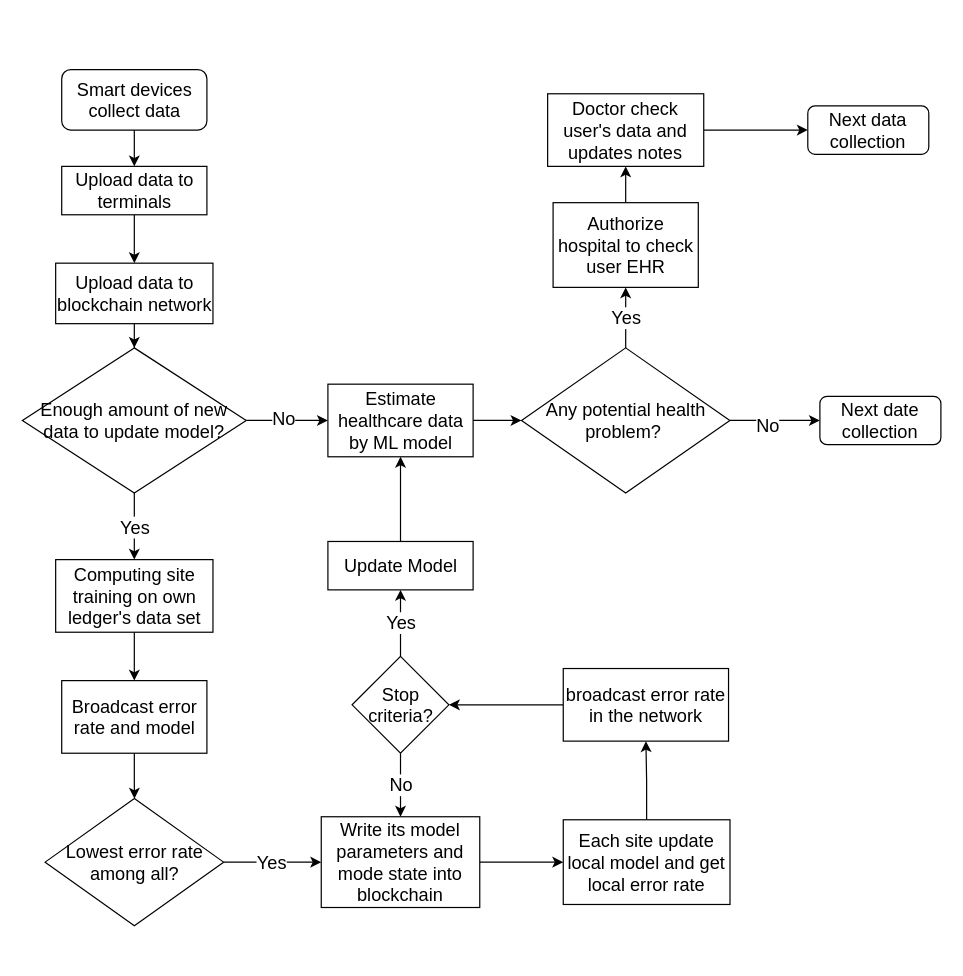
Earlier version of the draw.io diagram PatientDocorComunicationFlowchart.drawio (unnc-fose-20126522/Health-Status-Monitoring-System-based-on-Hyperledger-Fabric-and-ModeChain). Source tidied: cells renumbered, new cells numbered last; positions are measured from the earlier drawing's top-left corner, leaving out a move shared by most shapes. Both pictures are drawn from the tidied source at 121%, with x=0, y=0 at pixel (22, 69).
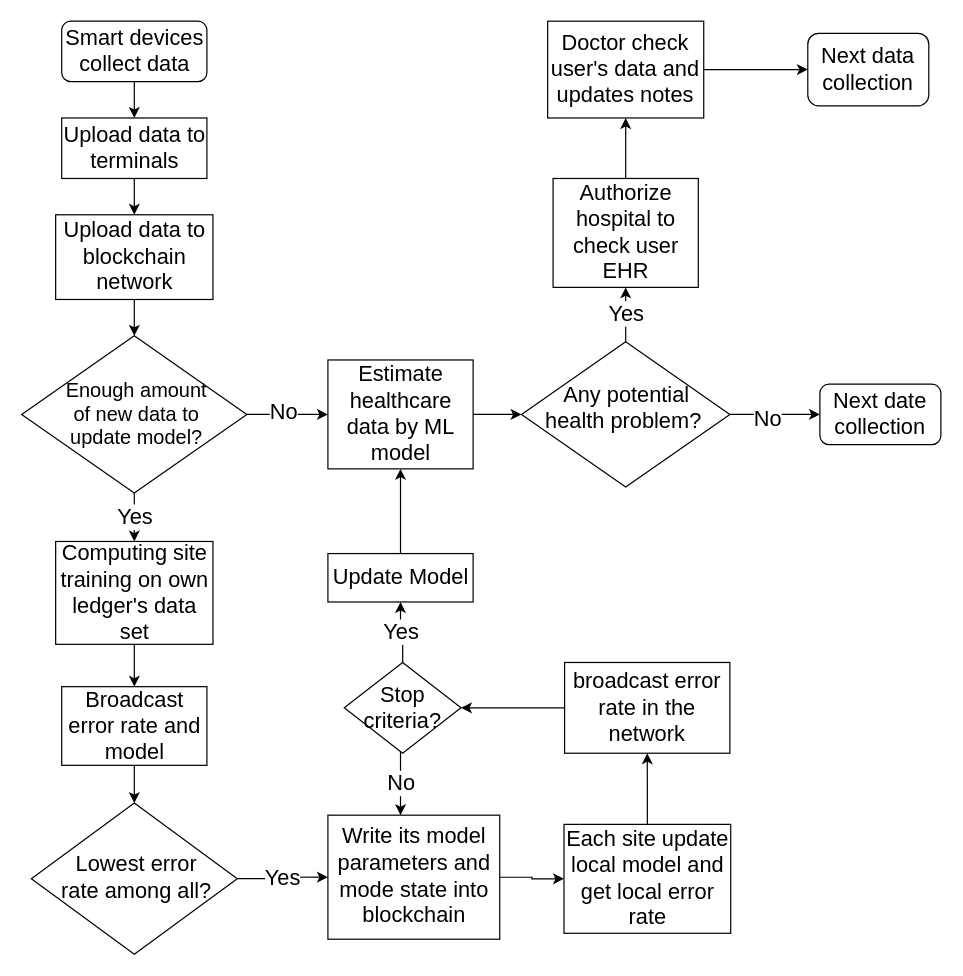
The same page after the edit.

What changed in the source:
```diff
@@
-    <mxCell id="2" style="edgeStyle=orthogonalEdgeStyle;rounded=0;jettySize=auto;html=1;entryX=0.5;entryY=0;entryDx=0;entryDy=0;" parent="1" edge="1" source="3" target="5">
+    <mxCell id="2" style="edgeStyle=orthogonalEdgeStyle;rounded=0;jettySize=auto;html=1;entryX=0.5;entryY=0;entryDx=0;entryDy=0;fontSize=18;" parent="1" edge="1" source="3" target="5">
       <mxGeometry relative="1" as="geometry" />
     </mxCell>
-    <mxCell id="3" value="&lt;font style=&quot;font-size: 15px&quot;&gt;Smart devices collect data&lt;/font&gt;" style="rounded=1;whiteSpace=wrap;html=1;fontSize=12;glass=0;strokeWidth=1;shadow=0;" parent="1" vertex="1">
-      <mxGeometry x="32.5" width="120" height="50" as="geometry" />
+    <mxCell id="3" value="&lt;font style=&quot;font-size: 18px;&quot;&gt;Smart devices collect data&lt;/font&gt;" style="rounded=1;whiteSpace=wrap;html=1;fontSize=18;glass=0;strokeWidth=1;shadow=0;" parent="1" vertex="1">
+      <mxGeometry x="32.5" y="-40" width="120" height="50" as="geometry" />
     </mxCell>
-    <mxCell id="4" style="edgeStyle=orthogonalEdgeStyle;rounded=0;jettySize=auto;html=1;" parent="1" edge="1" source="5" target="7">
+    <mxCell id="4" style="edgeStyle=orthogonalEdgeStyle;rounded=0;jettySize=auto;html=1;fontSize=18;" parent="1" edge="1" source="5" target="7">
       <mxGeometry relative="1" as="geometry" />
     </mxCell>
-    <mxCell id="5" value="&lt;font style=&quot;font-size: 15px&quot;&gt;Upload data to terminals&lt;/font&gt;" style="rounded=0;whiteSpace=wrap;html=1;" parent="1" vertex="1">
-      <mxGeometry x="32.5" y="80" width="120" height="40" as="geometry" />
+    <mxCell id="5" value="&lt;font style=&quot;font-size: 18px;&quot;&gt;Upload data to terminals&lt;/font&gt;" style="rounded=0;whiteSpace=wrap;html=1;fontSize=18;" parent="1" vertex="1">
+      <mxGeometry x="32.5" y="40" width="120" height="50" as="geometry" />
     </mxCell>
-    <mxCell id="6" style="edgeStyle=orthogonalEdgeStyle;rounded=0;jettySize=auto;html=1;fontSize=13;" parent="1" edge="1" source="7" target="38">
+    <mxCell id="6" style="edgeStyle=orthogonalEdgeStyle;rounded=0;jettySize=auto;html=1;fontSize=18;" parent="1" edge="1" source="7" target="38">
       <mxGeometry relative="1" as="geometry" />
     </mxCell>
-    <mxCell id="7" value="&lt;font style=&quot;font-size: 15px&quot;&gt;Upload data to blockchain network&lt;/font&gt;" style="whiteSpace=wrap;html=1;rounded=0;" parent="1" vertex="1">
-      <mxGeometry x="27.5" y="160" width="130" height="50" as="geometry" />
+    <mxCell id="7" value="&lt;font style=&quot;font-size: 18px;&quot;&gt;Upload data to blockchain network&lt;/font&gt;" style="whiteSpace=wrap;html=1;rounded=0;fontSize=18;" parent="1" vertex="1">
+      <mxGeometry x="27.5" y="120" width="130" height="70" as="geometry" />
     </mxCell>
-    <mxCell id="8" value="&lt;font style=&quot;font-size: 15px&quot;&gt;Yes&lt;/font&gt;" style="edgeStyle=orthogonalEdgeStyle;rounded=0;jettySize=auto;html=1;" parent="1" edge="1" source="11" target="13">
+    <mxCell id="8" value="&lt;font style=&quot;font-size: 18px;&quot;&gt;Yes&lt;/font&gt;" style="edgeStyle=orthogonalEdgeStyle;rounded=0;jettySize=auto;html=1;fontSize=18;" parent="1" edge="1" source="11" target="13">
       <mxGeometry relative="1" as="geometry" />
     </mxCell>
-    <mxCell id="9" style="edgeStyle=orthogonalEdgeStyle;rounded=0;jettySize=auto;html=1;" parent="1" edge="1" source="11" target="18">
+    <mxCell id="9" style="edgeStyle=orthogonalEdgeStyle;rounded=0;jettySize=auto;html=1;fontSize=18;" parent="1" edge="1" source="11" target="18">
       <mxGeometry relative="1" as="geometry" />
     </mxCell>
-    <mxCell id="10" value="&lt;font style=&quot;font-size: 15px&quot;&gt;No&lt;/font&gt;" style="edgeLabel;html=1;align=center;verticalAlign=middle;" parent="9" vertex="1">
+    <mxCell id="10" value="&lt;font style=&quot;font-size: 18px;&quot;&gt;No&lt;/font&gt;" style="edgeLabel;html=1;align=center;verticalAlign=middle;fontSize=18;" parent="9" vertex="1">
       <mxGeometry x="-0.16" y="-3" relative="1" as="geometry" />
     </mxCell>
-    <mxCell id="11" value="&lt;font style=&quot;font-size: 15px&quot;&gt;Any potential health problem?&amp;nbsp;&lt;/font&gt;" style="rhombus;whiteSpace=wrap;html=1;rounded=0;" parent="1" vertex="1">
-      <mxGeometry x="412.5" y="230" width="172.2" height="120" as="geometry" />
+    <mxCell id="11" style="rhombus;whiteSpace=wrap;html=1;rounded=0;fontSize=18;" parent="1" vertex="1">
+      <mxGeometry x="412.5" y="225" width="172.2" height="120" as="geometry" />
     </mxCell>
-    <mxCell id="12" style="edgeStyle=orthogonalEdgeStyle;rounded=0;jettySize=auto;html=1;" parent="1" edge="1" source="13" target="17">
+    <mxCell id="12" style="edgeStyle=orthogonalEdgeStyle;rounded=0;jettySize=auto;html=1;entryX=0.5;entryY=1;entryDx=0;entryDy=0;" parent="1" edge="1" source="13" target="17">
       <mxGeometry relative="1" as="geometry" />
     </mxCell>
-    <mxCell id="13" value="&lt;font style=&quot;font-size: 15px&quot;&gt;Authorize hospital to check user EHR&lt;/font&gt;" style="whiteSpace=wrap;html=1;rounded=0;" parent="1" vertex="1">
-      <mxGeometry x="438.6" y="110" width="120" height="70" as="geometry" />
+    <mxCell id="13" value="&lt;font style=&quot;font-size: 18px;&quot;&gt;Authorize hospital to check user EHR&lt;/font&gt;" style="whiteSpace=wrap;html=1;rounded=0;fontSize=18;" parent="1" vertex="1">
+      <mxGeometry x="438.6" y="90" width="120" height="90" as="geometry" />
     </mxCell>
-    <mxCell id="14" style="edgeStyle=orthogonalEdgeStyle;rounded=0;jettySize=auto;html=1;" parent="1" edge="1" source="15" target="11">
+    <mxCell id="14" style="edgeStyle=orthogonalEdgeStyle;rounded=0;jettySize=auto;html=1;fontSize=18;" parent="1" edge="1" source="15" target="11">
       <mxGeometry relative="1" as="geometry" />
     </mxCell>
-    <mxCell id="15" value="&lt;span&gt;&lt;font style=&quot;font-size: 15px&quot;&gt;Estimate healthcare data by ML model&lt;/font&gt;&lt;/span&gt;" style="whiteSpace=wrap;html=1;rounded=0;" parent="1" vertex="1">
-      <mxGeometry x="252.5" y="260" width="120" height="60" as="geometry" />
+    <mxCell id="15" value="&lt;span style=&quot;font-size: 18px;&quot;&gt;&lt;font style=&quot;font-size: 18px;&quot;&gt;Estimate healthcare data by ML model&lt;/font&gt;&lt;/span&gt;" style="whiteSpace=wrap;html=1;rounded=0;fontSize=18;" parent="1" vertex="1">
+      <mxGeometry x="252.5" y="240" width="120" height="90" as="geometry" />
     </mxCell>
-    <mxCell id="16" style="edgeStyle=orthogonalEdgeStyle;rounded=0;jettySize=auto;html=1;" parent="1" edge="1" source="17" target="19">
+    <mxCell id="16" style="edgeStyle=orthogonalEdgeStyle;rounded=0;jettySize=auto;html=1;fontSize=18;" parent="1" edge="1" source="17" target="19">
       <mxGeometry relative="1" as="geometry" />
     </mxCell>
-    <mxCell id="17" value="&lt;font style=&quot;font-size: 15px&quot;&gt;Doctor check user's data and updates notes&lt;/font&gt;" style="whiteSpace=wrap;html=1;rounded=0;" parent="1" vertex="1">
-      <mxGeometry x="434.1" y="20" width="129" height="60" as="geometry" />
+    <mxCell id="17" value="&lt;font style=&quot;font-size: 18px;&quot;&gt;Doctor check user's data and updates notes&lt;/font&gt;" style="whiteSpace=wrap;html=1;rounded=0;fontSize=18;" parent="1" vertex="1">
+      <mxGeometry x="434.1" y="-40" width="129" height="80" as="geometry" />
     </mxCell>
-    <mxCell id="18" value="&lt;font style=&quot;font-size: 15px&quot;&gt;Next date collection&lt;/font&gt;" style="rounded=1;whiteSpace=wrap;html=1;" parent="1" vertex="1">
-      <mxGeometry x="659.1" y="270" width="100" height="40" as="geometry" />
+    <mxCell id="18" value="&lt;font style=&quot;font-size: 18px;&quot;&gt;Next date collection&lt;/font&gt;" style="rounded=1;whiteSpace=wrap;html=1;fontSize=18;" parent="1" vertex="1">
+      <mxGeometry x="659.1" y="260" width="100" height="50" as="geometry" />
     </mxCell>
-    <mxCell id="19" value="&lt;font style=&quot;font-size: 15px&quot;&gt;Next data collection&lt;/font&gt;" style="rounded=1;whiteSpace=wrap;html=1;" parent="1" vertex="1">
-      <mxGeometry x="649.1" y="30" width="100" height="40" as="geometry" />
+    <mxCell id="19" value="&lt;font style=&quot;font-size: 18px;&quot;&gt;Next data collection&lt;/font&gt;" style="rounded=1;whiteSpace=wrap;html=1;fontSize=18;" parent="1" vertex="1">
+      <mxGeometry x="649.1" y="-30" width="100" height="60" as="geometry" />
     </mxCell>
-    <mxCell id="20" style="edgeStyle=orthogonalEdgeStyle;rounded=0;jettySize=auto;html=1;exitX=0.5;exitY=1;exitDx=0;exitDy=0;" parent="1" edge="1" source="29" target="24">
+    <mxCell id="20" style="edgeStyle=orthogonalEdgeStyle;rounded=0;jettySize=auto;html=1;exitX=0.5;exitY=1;exitDx=0;exitDy=0;fontSize=18;" parent="1" edge="1" source="29" target="24">
       <mxGeometry relative="1" as="geometry" />
     </mxCell>
-    <mxCell id="21" style="edgeStyle=orthogonalEdgeStyle;rounded=0;jettySize=auto;html=1;" parent="1" edge="1" source="22" target="29">
+    <mxCell id="21" style="edgeStyle=orthogonalEdgeStyle;rounded=0;jettySize=auto;html=1;fontSize=18;" parent="1" edge="1" source="22" target="29">
       <mxGeometry relative="1" as="geometry" />
     </mxCell>
-    <mxCell id="22" value="&lt;font style=&quot;font-size: 15px&quot;&gt;Computing site training on own ledger's data set&lt;/font&gt;" style="rounded=0;whiteSpace=wrap;html=1;" parent="1" vertex="1">
-      <mxGeometry x="27.5" y="405" width="130" height="60" as="geometry" />
+    <mxCell id="22" value="&lt;font style=&quot;font-size: 18px;&quot;&gt;Computing site training on own ledger's data set&lt;/font&gt;" style="rounded=0;whiteSpace=wrap;html=1;fontSize=18;" parent="1" vertex="1">
+      <mxGeometry x="27.5" y="390" width="130" height="85" as="geometry" />
     </mxCell>
-    <mxCell id="23" value="Yes" style="edgeStyle=orthogonalEdgeStyle;rounded=0;jettySize=auto;html=1;entryX=0;entryY=0.5;entryDx=0;entryDy=0;fontSize=15;" parent="1" edge="1" source="24" target="26">
+    <mxCell id="23" value="Yes" style="edgeStyle=orthogonalEdgeStyle;rounded=0;jettySize=auto;html=1;entryX=0;entryY=0.5;entryDx=0;entryDy=0;fontSize=18;" parent="1" edge="1" source="24" target="26">
       <mxGeometry relative="1" as="geometry" />
     </mxCell>
-    <mxCell id="24" value="&lt;font style=&quot;font-size: 15px&quot;&gt;Lowest error rate among all?&lt;/font&gt;" style="rhombus;whiteSpace=wrap;html=1;rounded=0;" parent="1" vertex="1">
-      <mxGeometry x="18.8" y="602.5" width="147.5" height="105" as="geometry" />
+    <mxCell id="24" value="&lt;div style=&quot;&quot;&gt;&lt;br&gt;&lt;/div&gt;" style="rhombus;whiteSpace=wrap;html=1;rounded=0;fontSize=18;align=center;" parent="1" vertex="1">
+      <mxGeometry x="7.4" y="606.2" width="170.2" height="125" as="geometry" />
     </mxCell>
-    <mxCell id="25" style="edgeStyle=orthogonalEdgeStyle;rounded=0;jettySize=auto;html=1;entryX=0;entryY=0.5;entryDx=0;entryDy=0;fontSize=15;" parent="1" edge="1" source="26" target="28">
+    <mxCell id="25" style="edgeStyle=orthogonalEdgeStyle;rounded=0;jettySize=auto;html=1;entryX=0;entryY=0.5;entryDx=0;entryDy=0;fontSize=18;" parent="1" edge="1" source="26" target="28">
       <mxGeometry relative="1" as="geometry" />
     </mxCell>
-    <mxCell id="26" value="&lt;font style=&quot;font-size: 15px&quot;&gt;Write its model parameters and mode state into blockchain&lt;/font&gt;" style="rounded=0;whiteSpace=wrap;html=1;" parent="1" vertex="1">
-      <mxGeometry x="247" y="617.5" width="131" height="75" as="geometry" />
+    <mxCell id="26" value="&lt;font style=&quot;font-size: 18px;&quot;&gt;Write its model parameters and mode state into blockchain&lt;/font&gt;" style="rounded=0;whiteSpace=wrap;html=1;fontSize=18;" parent="1" vertex="1">
+      <mxGeometry x="252.5" y="616.2" width="142" height="102.5" as="geometry" />
     </mxCell>
-    <mxCell id="27" style="edgeStyle=orthogonalEdgeStyle;rounded=0;jettySize=auto;html=1;entryX=0.5;entryY=1;entryDx=0;entryDy=0;fontSize=15;" parent="1" edge="1" source="28" target="31">
+    <mxCell id="27" style="edgeStyle=orthogonalEdgeStyle;rounded=0;jettySize=auto;html=1;entryX=0.5;entryY=1;entryDx=0;entryDy=0;fontSize=18;" parent="1" edge="1" source="28" target="31">
       <mxGeometry relative="1" as="geometry" />
     </mxCell>
-    <mxCell id="28" value="&lt;font style=&quot;font-size: 15px&quot;&gt;Each site update local model and get local error rate&lt;/font&gt;" style="whiteSpace=wrap;html=1;rounded=0;" parent="1" vertex="1">
-      <mxGeometry x="447" y="620" width="137.8" height="70" as="geometry" />
+    <mxCell id="28" value="&lt;font style=&quot;font-size: 18px;&quot;&gt;Each site update local model and get local error rate&lt;/font&gt;" style="whiteSpace=wrap;html=1;rounded=0;fontSize=18;" parent="1" vertex="1">
+      <mxGeometry x="447.6" y="623.8" width="137.8" height="90" as="geometry" />
     </mxCell>
-    <mxCell id="29" value="&lt;font style=&quot;font-size: 15px&quot;&gt;Broadcast error rate and model&lt;/font&gt;" style="whiteSpace=wrap;html=1;rounded=0;" parent="1" vertex="1">
-      <mxGeometry x="32.5" y="505" width="120" height="60" as="geometry" />
+    <mxCell id="29" value="&lt;font style=&quot;font-size: 18px;&quot;&gt;Broadcast error rate and model&lt;/font&gt;" style="whiteSpace=wrap;html=1;rounded=0;fontSize=18;" parent="1" vertex="1">
+      <mxGeometry x="32.5" y="510" width="120" height="65" as="geometry" />
     </mxCell>
-    <mxCell id="30" style="edgeStyle=orthogonalEdgeStyle;rounded=0;jettySize=auto;html=1;entryX=1;entryY=0.5;entryDx=0;entryDy=0;fontSize=15;" parent="1" edge="1" source="31" target="34">
+    <mxCell id="30" style="edgeStyle=orthogonalEdgeStyle;rounded=0;jettySize=auto;html=1;entryX=1;entryY=0.5;entryDx=0;entryDy=0;fontSize=18;" parent="1" edge="1" source="31" target="34">
       <mxGeometry relative="1" as="geometry" />
     </mxCell>
-    <mxCell id="31" value="&lt;span&gt;&lt;font style=&quot;font-size: 15px&quot;&gt;broadcast error rate in the network&lt;/font&gt;&lt;/span&gt;" style="whiteSpace=wrap;html=1;rounded=0;" parent="1" vertex="1">
-      <mxGeometry x="447" y="495" width="136.6" height="60" as="geometry" />
+    <mxCell id="31" value="&lt;span style=&quot;font-size: 18px;&quot;&gt;&lt;font style=&quot;font-size: 18px;&quot;&gt;broadcast error rate in the network&lt;/font&gt;&lt;/span&gt;" style="whiteSpace=wrap;html=1;rounded=0;fontSize=18;" parent="1" vertex="1">
+      <mxGeometry x="448.1" y="490" width="136.6" height="75" as="geometry" />
     </mxCell>
-    <mxCell id="32" value="Yes" style="edgeStyle=orthogonalEdgeStyle;rounded=0;jettySize=auto;html=1;entryX=0.5;entryY=1;entryDx=0;entryDy=0;fontSize=15;" parent="1" edge="1" source="34" target="40">
+    <mxCell id="32" value="Yes" style="edgeStyle=orthogonalEdgeStyle;rounded=0;jettySize=auto;html=1;entryX=0.5;entryY=1;entryDx=0;entryDy=0;fontSize=18;" parent="1" edge="1" source="34" target="40">
       <mxGeometry relative="1" as="geometry" />
     </mxCell>
-    <mxCell id="33" value="No" style="edgeStyle=orthogonalEdgeStyle;rounded=0;jettySize=auto;html=1;fontSize=15;" parent="1" edge="1" source="34" target="26">
+    <mxCell id="33" value="No" style="edgeStyle=orthogonalEdgeStyle;rounded=0;jettySize=auto;html=1;fontSize=18;" parent="1" edge="1" source="34" target="26">
       <mxGeometry relative="1" as="geometry">
         <Array as="points">
           <mxPoint x="312.5" y="590" />
           <mxPoint x="312.5" y="590" />
         </Array>
       </mxGeometry>
     </mxCell>
-    <mxCell id="34" value="&lt;font style=&quot;font-size: 15px&quot;&gt;Stop criteria?&lt;/font&gt;" style="rhombus;whiteSpace=wrap;html=1;" parent="1" vertex="1">
-      <mxGeometry x="272.5" y="485" width="80" height="80" as="geometry" />
+    <mxCell id="34" value="&lt;font style=&quot;font-size: 18px;&quot;&gt;Stop criteria?&lt;/font&gt;" style="rhombus;whiteSpace=wrap;html=1;fontSize=18;" parent="1" vertex="1">
+      <mxGeometry x="266" y="490" width="96.5" height="75" as="geometry" />
     </mxCell>
-    <mxCell id="35" style="edgeStyle=orthogonalEdgeStyle;rounded=0;jettySize=auto;html=1;entryX=0;entryY=0.5;entryDx=0;entryDy=0;fontSize=15;" parent="1" edge="1" source="38" target="15">
+    <mxCell id="35" style="edgeStyle=orthogonalEdgeStyle;rounded=0;jettySize=auto;html=1;entryX=0;entryY=0.5;entryDx=0;entryDy=0;fontSize=18;" parent="1" edge="1" source="38" target="15">
       <mxGeometry relative="1" as="geometry" />
     </mxCell>
-    <mxCell id="36" value="No" style="edgeLabel;html=1;align=center;verticalAlign=middle;fontSize=15;" parent="35" vertex="1">
+    <mxCell id="36" value="No" style="edgeLabel;html=1;align=center;verticalAlign=middle;fontSize=18;" parent="35" vertex="1">
       <mxGeometry x="-0.11" y="3" relative="1" as="geometry" />
     </mxCell>
+    <mxCell id="38" style="rhombus;whiteSpace=wrap;html=1;rounded=0;fontSize=18;direction=west;" parent="1" vertex="1">
+      <mxGeometry x="-0.6" y="220" width="186.1" height="130" as="geometry" />
+    </mxCell>
-    <mxCell id="37" value="Yes" style="edgeStyle=orthogonalEdgeStyle;rounded=0;jettySize=auto;html=1;entryX=0.5;entryY=0;entryDx=0;entryDy=0;fontSize=15;" parent="1" edge="1" source="38" target="22">
+    <mxCell id="37" value="Yes" style="edgeStyle=orthogonalEdgeStyle;rounded=0;jettySize=auto;html=1;entryX=0.5;entryY=0;entryDx=0;entryDy=0;fontSize=18;" parent="1" edge="1" source="38" target="22">
       <mxGeometry relative="1" as="geometry" />
     </mxCell>
-    <mxCell id="38" value="&lt;font style=&quot;font-size: 15px&quot;&gt;Enough amount of new&lt;font style=&quot;font-size: 15px&quot;&gt; &lt;/font&gt;data to update model?&lt;/font&gt;" style="rhombus;whiteSpace=wrap;html=1;rounded=0;" parent="1" vertex="1">
-      <mxGeometry y="230" width="185" height="120" as="geometry" />
-    </mxCell>
-    <mxCell id="39" style="edgeStyle=orthogonalEdgeStyle;rounded=0;jettySize=auto;html=1;entryX=0.5;entryY=1;entryDx=0;entryDy=0;fontSize=15;" parent="1" edge="1" source="40" target="15">
+    <mxCell id="39" style="edgeStyle=orthogonalEdgeStyle;rounded=0;jettySize=auto;html=1;entryX=0.5;entryY=1;entryDx=0;entryDy=0;fontSize=18;" parent="1" edge="1" source="40" target="15">
       <mxGeometry relative="1" as="geometry" />
     </mxCell>
-    <mxCell id="40" value="&lt;font style=&quot;font-size: 15px&quot;&gt;Update Model&lt;/font&gt;" style="whiteSpace=wrap;html=1;rounded=0;" parent="1" vertex="1">
-      <mxGeometry x="252.5" y="390" width="120" height="40" as="geometry" />
+    <mxCell id="40" value="&lt;font style=&quot;font-size: 18px;&quot;&gt;Update Model&lt;/font&gt;" style="whiteSpace=wrap;html=1;rounded=0;fontSize=18;" parent="1" vertex="1">
+      <mxGeometry x="252.5" y="400" width="120" height="40" as="geometry" />
     </mxCell>
+    <mxCell id="41" value="&lt;font style=&quot;font-size: 18px;&quot;&gt;Any potential &lt;br&gt;health problem?&amp;nbsp;&lt;/font&gt;" style="text;html=1;align=center;verticalAlign=middle;strokeColor=none;fillColor=none;" parent="1" vertex="1">
+      <mxGeometry x="418.6" y="250" width="160" height="60" as="geometry" />
+    </mxCell>
+    <mxCell id="42" value="&lt;font style=&quot;font-size: 16.5px;&quot;&gt;Enough amount &lt;br&gt;of new&lt;font style=&quot;border-color: var(--border-color); font-size: 16.5px;&quot;&gt;&amp;nbsp;&lt;/font&gt;data to &lt;br&gt;update model?&lt;/font&gt;" style="text;html=1;align=center;verticalAlign=middle;strokeColor=none;fillColor=none;" parent="1" vertex="1">
+      <mxGeometry x="23.8" y="250" width="140" height="70" as="geometry" />
+    </mxCell>
+    <mxCell id="43" value="&lt;font style=&quot;font-size: 18px;&quot;&gt;Lowest error &lt;br&gt;rate among all?&lt;/font&gt;" style="text;html=1;align=center;verticalAlign=middle;strokeColor=none;fillColor=none;" parent="1" vertex="1">
+      <mxGeometry x="18.8" y="637.5" width="150" height="60" as="geometry" />
+    </mxCell>
```
